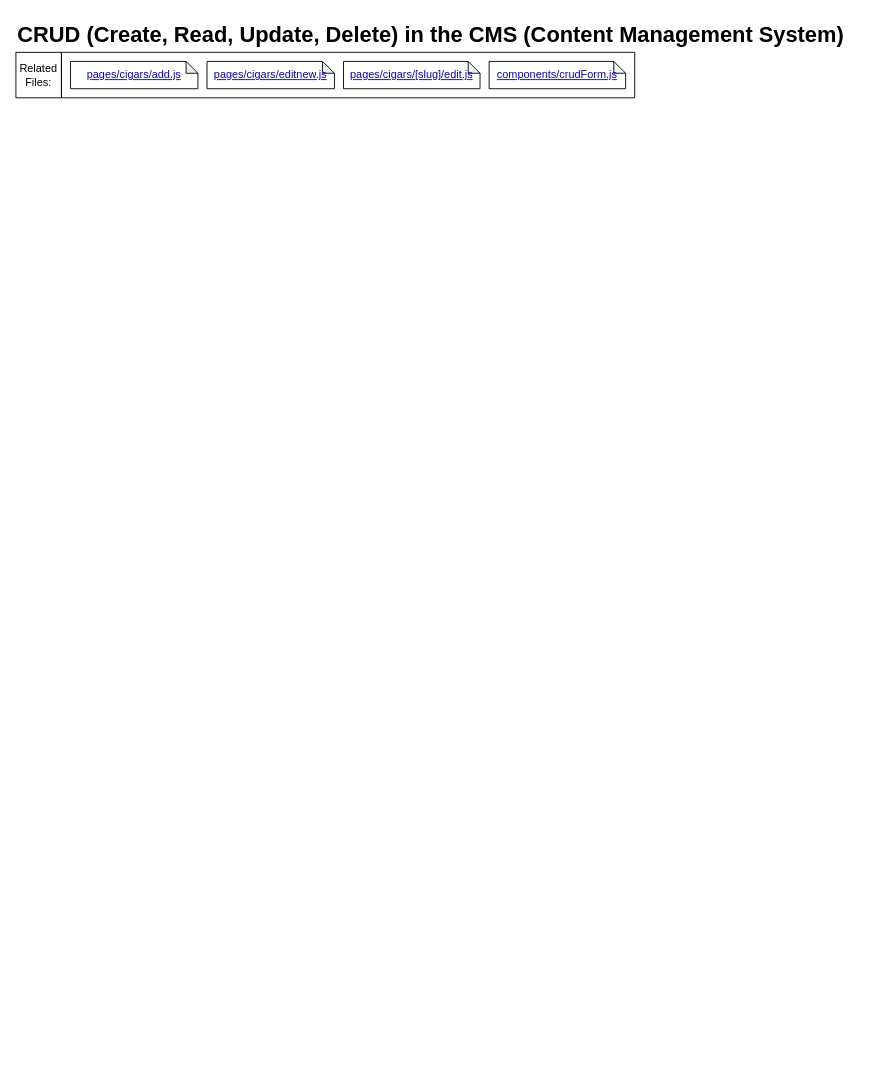
macglencoe/diagrams keeps this draw.io diagram as CRUD.drawio. Above is the earlier version. Source tidied: cells renumbered, new cells numbered last; positions are measured from the earlier drawing's top-left corner, leaving out a move shared by most shapes. Both pictures are drawn from the tidied source at 91%, with x=0, y=0 at pixel (15, 15).
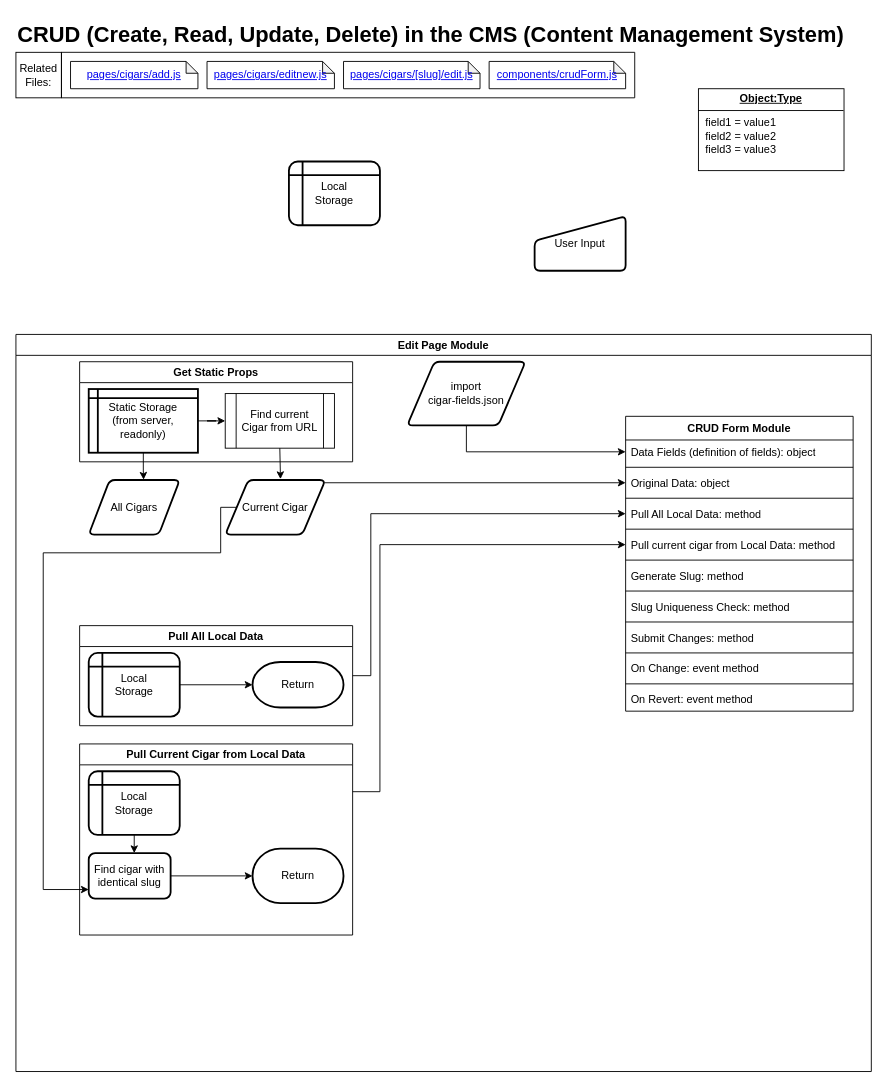
The same diagram, later.

Change to the diagram source:
```diff
@@
+    <mxCell id="9" value="Local&lt;br&gt;Storage" style="shape=internalStorage;whiteSpace=wrap;html=1;dx=15;dy=15;rounded=1;arcSize=14;strokeWidth=2;" parent="1" vertex="1">
+      <mxGeometry x="300" y="160" width="100" height="70" as="geometry" />
+    </mxCell>
+    <mxCell id="10" value="Edit Page Module" style="swimlane;whiteSpace=wrap;html=1;" parent="1" vertex="1">
+      <mxGeometry y="350" width="940" height="810" as="geometry" />
+    </mxCell>
+    <mxCell id="11" value="CRUD Form Module" style="swimlane;fontStyle=1;align=center;verticalAlign=top;horizontal=1;startSize=26;whiteSpace=wrap;html=1;" parent="10" vertex="1">
+      <mxGeometry x="670" y="90" width="250" height="324" as="geometry" />
+    </mxCell>
+    <mxCell id="12" value="Data Fields (definition of fields): object" style="text;strokeColor=none;fillColor=none;align=left;verticalAlign=top;spacingLeft=4;spacingRight=4;overflow=hidden;points=[[0,0.5],[1,0.5]];portConstraint=eastwest;whiteSpace=wrap;html=1;" parent="11" vertex="1">
+      <mxGeometry y="26" width="250" height="26" as="geometry" />
+    </mxCell>
+    <mxCell id="13" style="line;strokeWidth=1;fillColor=none;align=left;verticalAlign=middle;spacingTop=-1;spacingLeft=3;spacingRight=3;labelPosition=right;strokeColor=inherit;" parent="11" vertex="1">
+      <mxGeometry y="52" width="250" height="8" as="geometry" />
+    </mxCell>
+    <mxCell id="14" value="Original Data: object" style="text;strokeColor=none;fillColor=none;align=left;verticalAlign=top;spacingLeft=4;spacingRight=4;overflow=hidden;points=[[0,0.5],[1,0.5]];portConstraint=eastwest;whiteSpace=wrap;html=1;" parent="11" vertex="1">
+      <mxGeometry y="60" width="250" height="26" as="geometry" />
+    </mxCell>
+    <mxCell id="15" style="line;strokeWidth=1;fillColor=none;align=left;verticalAlign=middle;spacingTop=-1;spacingLeft=3;spacingRight=3;labelPosition=right;strokeColor=inherit;" parent="11" vertex="1">
+      <mxGeometry y="86" width="250" height="8" as="geometry" />
+    </mxCell>
+    <mxCell id="16" value="Pull All Local Data: method" style="text;strokeColor=none;fillColor=none;align=left;verticalAlign=top;spacingLeft=4;spacingRight=4;overflow=hidden;points=[[0,0.5],[1,0.5]];portConstraint=eastwest;whiteSpace=wrap;html=1;" parent="11" vertex="1">
+      <mxGeometry y="94" width="250" height="26" as="geometry" />
+    </mxCell>
+    <mxCell id="17" style="line;strokeWidth=1;fillColor=none;align=left;verticalAlign=middle;spacingTop=-1;spacingLeft=3;spacingRight=3;labelPosition=right;strokeColor=inherit;" parent="11" vertex="1">
+      <mxGeometry y="120" width="250" height="8" as="geometry" />
+    </mxCell>
+    <mxCell id="18" value="Pull current cigar from Local Data: method" style="text;strokeColor=none;fillColor=none;align=left;verticalAlign=top;spacingLeft=4;spacingRight=4;overflow=hidden;points=[[0,0.5],[1,0.5]];portConstraint=eastwest;whiteSpace=wrap;html=1;" parent="11" vertex="1">
+      <mxGeometry y="128" width="250" height="26" as="geometry" />
+    </mxCell>
+    <mxCell id="19" style="line;strokeWidth=1;fillColor=none;align=left;verticalAlign=middle;spacingTop=-1;spacingLeft=3;spacingRight=3;labelPosition=right;strokeColor=inherit;" parent="11" vertex="1">
+      <mxGeometry y="154" width="250" height="8" as="geometry" />
+    </mxCell>
+    <mxCell id="20" value="Generate Slug: method" style="text;strokeColor=none;fillColor=none;align=left;verticalAlign=top;spacingLeft=4;spacingRight=4;overflow=hidden;whiteSpace=wrap;html=1;" parent="11" vertex="1">
+      <mxGeometry y="162" width="250" height="26" as="geometry" />
+    </mxCell>
+    <mxCell id="21" style="line;strokeWidth=1;fillColor=none;align=left;verticalAlign=middle;spacingTop=-1;spacingLeft=3;spacingRight=3;labelPosition=right;strokeColor=inherit;" parent="11" vertex="1">
+      <mxGeometry y="188" width="250" height="8" as="geometry" />
+    </mxCell>
+    <mxCell id="22" value="Slug Uniqueness Check: method" style="text;strokeColor=none;fillColor=none;align=left;verticalAlign=top;spacingLeft=4;spacingRight=4;overflow=hidden;whiteSpace=wrap;html=1;" parent="11" vertex="1">
+      <mxGeometry y="196" width="250" height="26" as="geometry" />
+    </mxCell>
+    <mxCell id="23" style="line;strokeWidth=1;fillColor=none;align=left;verticalAlign=middle;spacingTop=-1;spacingLeft=3;spacingRight=3;labelPosition=right;strokeColor=inherit;" parent="11" vertex="1">
+      <mxGeometry y="222" width="250" height="8" as="geometry" />
+    </mxCell>
+    <mxCell id="24" value="Submit Changes: method" style="text;strokeColor=none;fillColor=none;align=left;verticalAlign=top;spacingLeft=4;spacingRight=4;overflow=hidden;whiteSpace=wrap;html=1;" parent="11" vertex="1">
+      <mxGeometry y="230" width="250" height="26" as="geometry" />
+    </mxCell>
+    <mxCell id="25" style="line;strokeWidth=1;fillColor=none;align=left;verticalAlign=middle;spacingTop=-1;spacingLeft=3;spacingRight=3;labelPosition=right;strokeColor=inherit;" parent="11" vertex="1">
+      <mxGeometry y="256" width="250" height="8" as="geometry" />
+    </mxCell>
+    <mxCell id="26" value="On Change: event method" style="text;strokeColor=none;fillColor=none;align=left;verticalAlign=top;spacingLeft=4;spacingRight=4;overflow=hidden;whiteSpace=wrap;html=1;" parent="11" vertex="1">
+      <mxGeometry y="264" width="250" height="26" as="geometry" />
+    </mxCell>
+    <mxCell id="27" style="line;strokeWidth=1;fillColor=none;align=left;verticalAlign=middle;spacingTop=-1;spacingLeft=3;spacingRight=3;labelPosition=right;strokeColor=inherit;" parent="11" vertex="1">
+      <mxGeometry y="290" width="250" height="8" as="geometry" />
+    </mxCell>
+    <mxCell id="28" value="On Revert: event method" style="text;strokeColor=none;fillColor=none;align=left;verticalAlign=top;spacingLeft=4;spacingRight=4;overflow=hidden;whiteSpace=wrap;html=1;" parent="11" vertex="1">
+      <mxGeometry y="298" width="250" height="26" as="geometry" />
+    </mxCell>
+    <mxCell id="29" style="edgeStyle=orthogonalEdgeStyle;rounded=0;jettySize=auto;html=1;entryX=0;entryY=0.5;entryDx=0;entryDy=0;" parent="10" edge="1" source="30" target="12">
+      <mxGeometry relative="1" as="geometry" />
+    </mxCell>
+    <mxCell id="30" value="&lt;div&gt;import&lt;/div&gt;cigar-fields.json" style="shape=parallelogram;html=1;strokeWidth=2;perimeter=parallelogramPerimeter;whiteSpace=wrap;rounded=1;arcSize=12;size=0.23;" parent="10" vertex="1">
+      <mxGeometry x="430" y="30" width="130" height="70" as="geometry" />
+    </mxCell>
+    <mxCell id="31" value="Get Static Props" style="swimlane;whiteSpace=wrap;html=1;" parent="10" vertex="1">
+      <mxGeometry x="70" y="30" width="300" height="110" as="geometry" />
+    </mxCell>
+    <mxCell id="32" style="edgeStyle=orthogonalEdgeStyle;rounded=0;jettySize=auto;html=1;entryX=0;entryY=0.5;entryDx=0;entryDy=0;" parent="31" edge="1" source="33" target="34">
+      <mxGeometry relative="1" as="geometry" />
+    </mxCell>
+    <mxCell id="33" value="Static Storage&lt;br&gt;(from server, readonly)" style="shape=internalStorage;whiteSpace=wrap;html=1;dx=10;dy=10;rounded=1;arcSize=0;strokeWidth=2;" parent="31" vertex="1">
+      <mxGeometry x="10" y="30" width="120" height="70" as="geometry" />
+    </mxCell>
+    <mxCell id="34" value="Find current Cigar from URL" style="shape=process;whiteSpace=wrap;html=1;backgroundOutline=1;" parent="31" vertex="1">
+      <mxGeometry x="160" y="35" width="120" height="60" as="geometry" />
+    </mxCell>
+    <mxCell id="35" value="All Cigars" style="shape=parallelogram;html=1;strokeWidth=2;perimeter=parallelogramPerimeter;whiteSpace=wrap;rounded=1;arcSize=12;size=0.23;" parent="10" vertex="1">
+      <mxGeometry x="80" y="160" width="100" height="60" as="geometry" />
+    </mxCell>
+    <mxCell id="36" style="edgeStyle=orthogonalEdgeStyle;rounded=0;jettySize=auto;html=1;entryX=0;entryY=0.5;entryDx=0;entryDy=0;" parent="10" edge="1" source="38" target="14">
+      <mxGeometry relative="1" as="geometry">
+        <Array as="points">
+          <mxPoint x="290" y="190" />
+          <mxPoint x="290" y="163" />
+        </Array>
+      </mxGeometry>
+    </mxCell>
+    <mxCell id="37" style="edgeStyle=orthogonalEdgeStyle;rounded=0;jettySize=auto;html=1;" parent="10" edge="1" source="38" target="50">
+      <mxGeometry relative="1" as="geometry">
+        <Array as="points">
+          <mxPoint x="225" y="190" />
+          <mxPoint x="225" y="240" />
+          <mxPoint x="30" y="240" />
+          <mxPoint x="30" y="610" />
+        </Array>
+      </mxGeometry>
+    </mxCell>
+    <mxCell id="38" value="Current Cigar" style="shape=parallelogram;html=1;strokeWidth=2;perimeter=parallelogramPerimeter;whiteSpace=wrap;rounded=1;arcSize=12;size=0.23;" parent="10" vertex="1">
+      <mxGeometry x="230" y="160" width="110" height="60" as="geometry" />
+    </mxCell>
+    <mxCell id="39" style="edgeStyle=orthogonalEdgeStyle;rounded=0;jettySize=auto;html=1;exitX=0.5;exitY=1;exitDx=0;exitDy=0;entryX=0.552;entryY=-0.017;entryDx=0;entryDy=0;entryPerimeter=0;" parent="10" edge="1" source="34" target="38">
+      <mxGeometry relative="1" as="geometry" />
+    </mxCell>
+    <mxCell id="40" style="edgeStyle=orthogonalEdgeStyle;rounded=0;jettySize=auto;html=1;entryX=0.603;entryY=-0.006;entryDx=0;entryDy=0;entryPerimeter=0;" parent="10" edge="1" source="33" target="35">
+      <mxGeometry relative="1" as="geometry" />
+    </mxCell>
+    <mxCell id="41" style="edgeStyle=orthogonalEdgeStyle;rounded=0;jettySize=auto;html=1;entryX=0;entryY=0.5;entryDx=0;entryDy=0;exitX=1;exitY=0.5;exitDx=0;exitDy=0;" parent="10" edge="1" source="42" target="16">
+      <mxGeometry relative="1" as="geometry">
+        <Array as="points">
+          <mxPoint x="390" y="375" />
+          <mxPoint x="390" y="197" />
+        </Array>
+      </mxGeometry>
+    </mxCell>
+    <mxCell id="42" value="Pull All Local Data" style="swimlane;whiteSpace=wrap;html=1;" parent="10" vertex="1">
+      <mxGeometry x="70" y="320" width="300" height="110" as="geometry" />
+    </mxCell>
+    <mxCell id="43" value="Local&lt;br&gt;Storage" style="shape=internalStorage;whiteSpace=wrap;html=1;dx=15;dy=15;rounded=1;arcSize=14;strokeWidth=2;" parent="42" vertex="1">
+      <mxGeometry x="10" y="30" width="100" height="70" as="geometry" />
+    </mxCell>
+    <mxCell id="44" value="Return" style="strokeWidth=2;html=1;shape=mxgraph.flowchart.terminator;whiteSpace=wrap;" parent="42" vertex="1">
+      <mxGeometry x="190" y="40" width="100" height="50" as="geometry" />
+    </mxCell>
+    <mxCell id="45" style="edgeStyle=orthogonalEdgeStyle;rounded=0;jettySize=auto;html=1;entryX=0;entryY=0.5;entryDx=0;entryDy=0;entryPerimeter=0;" parent="42" edge="1" source="43" target="44">
+      <mxGeometry relative="1" as="geometry" />
+    </mxCell>
+    <mxCell id="46" style="edgeStyle=orthogonalEdgeStyle;rounded=0;jettySize=auto;html=1;entryX=0;entryY=0.5;entryDx=0;entryDy=0;exitX=1;exitY=0.25;exitDx=0;exitDy=0;" parent="10" edge="1" source="47" target="18">
+      <mxGeometry relative="1" as="geometry">
+        <Array as="points">
+          <mxPoint x="400" y="503" />
+          <mxPoint x="400" y="231" />
+        </Array>
+      </mxGeometry>
+    </mxCell>
+    <mxCell id="47" value="Pull Current Cigar from Local Data" style="swimlane;whiteSpace=wrap;html=1;" parent="10" vertex="1">
+      <mxGeometry x="70" y="450" width="300" height="210" as="geometry" />
+    </mxCell>
+    <mxCell id="48" style="edgeStyle=orthogonalEdgeStyle;rounded=0;jettySize=auto;html=1;entryX=0.55;entryY=-0.016;entryDx=0;entryDy=0;entryPerimeter=0;" parent="47" edge="1" source="49" target="50">
+      <mxGeometry relative="1" as="geometry" />
+    </mxCell>
+    <mxCell id="49" value="Local&lt;br&gt;Storage" style="shape=internalStorage;whiteSpace=wrap;html=1;dx=15;dy=15;rounded=1;arcSize=14;strokeWidth=2;" parent="47" vertex="1">
+      <mxGeometry x="10" y="30" width="100" height="70" as="geometry" />
+    </mxCell>
+    <mxCell id="50" value="Find cigar with identical slug" style="rounded=1;whiteSpace=wrap;html=1;absoluteArcSize=1;arcSize=14;strokeWidth=2;" parent="47" vertex="1">
+      <mxGeometry x="10" y="120" width="90" height="50" as="geometry" />
+    </mxCell>
+    <mxCell id="51" value="Return" style="strokeWidth=2;html=1;shape=mxgraph.flowchart.terminator;whiteSpace=wrap;" parent="47" vertex="1">
+      <mxGeometry x="190" y="115" width="100" height="60" as="geometry" />
+    </mxCell>
+    <mxCell id="52" style="edgeStyle=orthogonalEdgeStyle;rounded=0;jettySize=auto;html=1;entryX=0;entryY=0.5;entryDx=0;entryDy=0;entryPerimeter=0;" parent="47" edge="1" source="50" target="51">
+      <mxGeometry relative="1" as="geometry" />
+    </mxCell>
+    <mxCell id="53" value="User Input" style="html=1;strokeWidth=2;shape=manualInput;whiteSpace=wrap;rounded=1;size=27;arcSize=12;" parent="1" vertex="1">
+      <mxGeometry x="570" y="220" width="100" height="60" as="geometry" />
+    </mxCell>
+    <mxCell id="54" value="&lt;p style=&quot;margin:0px;margin-top:4px;text-align:center;text-decoration:underline;&quot;&gt;&lt;b&gt;Object:Type&lt;/b&gt;&lt;/p&gt;&lt;hr size=&quot;1&quot; style=&quot;border-style:solid;&quot;/&gt;&lt;p style=&quot;margin:0px;margin-left:8px;&quot;&gt;field1 = value1&lt;br/&gt;field2 = value2&lt;br&gt;field3 = value3&lt;/p&gt;" style="verticalAlign=top;align=left;overflow=fill;html=1;whiteSpace=wrap;" parent="1" vertex="1">
+      <mxGeometry x="750" y="80" width="160" height="90" as="geometry" />
+    </mxCell>
```
